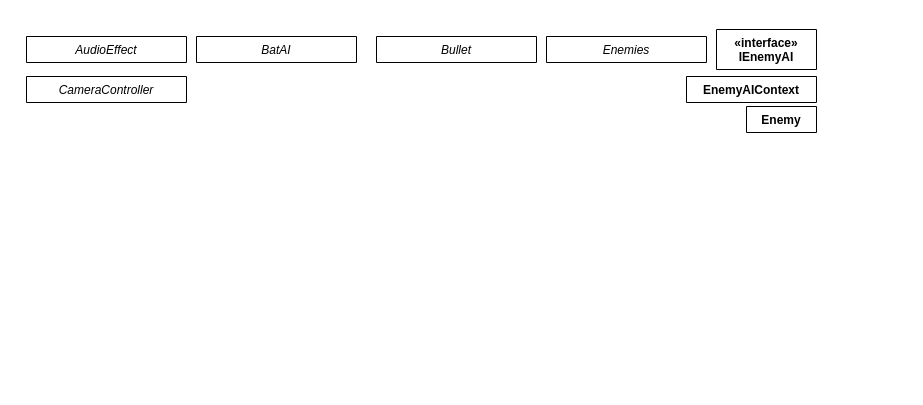
pasha-str27/hunters-rite keeps this draw.io diagram as UMLD/HuntersTestDiagram.drawio. Above is the earlier version. Source tidied: cells renumbered, new cells numbered last; positions are measured from the earlier drawing's top-left corner, leaving out a move shared by most shapes. Both pictures are drawn from the tidied source at 100%, with x=0, y=0 at pixel (26, 29).
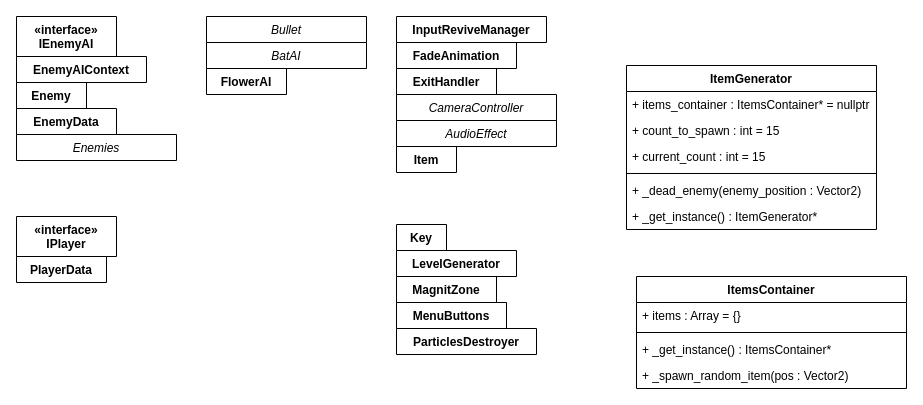
The same page after the edit.

What changed in the source:
```diff
@@
     <mxCell id="2" value="AudioEffect" style="swimlane;fontStyle=2;align=center;verticalAlign=top;horizontal=1;startSize=26;shadow=0;strokeWidth=1;" parent="1" vertex="1" collapsed="1">
-      <mxGeometry y="7" width="160" height="26" as="geometry" />
+      <mxGeometry x="370" y="91" width="160" height="26" as="geometry" />
     </mxCell>
     <mxCell id="3" value="BatAI" style="swimlane;fontStyle=2;align=center;verticalAlign=top;horizontal=1;startSize=26;shadow=0;strokeWidth=1;" parent="1" vertex="1" collapsed="1">
-      <mxGeometry x="170" y="7" width="160" height="26" as="geometry" />
+      <mxGeometry x="180" y="13" width="160" height="26" as="geometry" />
     </mxCell>
     <mxCell id="4" value="Bullet" style="swimlane;fontStyle=2;align=center;verticalAlign=top;horizontal=1;startSize=26;shadow=0;strokeWidth=1;" parent="1" vertex="1" collapsed="1">
-      <mxGeometry x="350" y="7" width="160" height="26" as="geometry" />
+      <mxGeometry x="180" y="-13" width="160" height="26" as="geometry" />
     </mxCell>
     <mxCell id="5" value="CameraController" style="swimlane;fontStyle=2;align=center;verticalAlign=top;horizontal=1;startSize=26;shadow=0;strokeWidth=1;" parent="1" vertex="1" collapsed="1">
-      <mxGeometry y="47" width="160" height="26" as="geometry" />
+      <mxGeometry x="370" y="65" width="160" height="26" as="geometry" />
     </mxCell>
     <mxCell id="6" value="Enemies" style="swimlane;fontStyle=2;align=center;verticalAlign=top;horizontal=1;startSize=26;shadow=0;strokeWidth=1;" parent="1" vertex="1" collapsed="1">
-      <mxGeometry x="520" y="7" width="160" height="26" as="geometry" />
+      <mxGeometry x="-10" y="105" width="160" height="26" as="geometry" />
     </mxCell>
     <mxCell id="7" value="«interface»&#10;IEnemyAI" style="swimlane;fontStyle=1;align=center;verticalAlign=top;horizontal=1;startSize=40;" parent="1" vertex="1" collapsed="1">
-      <mxGeometry x="690" width="100" height="40" as="geometry" />
+      <mxGeometry x="-10" y="-13" width="100" height="40" as="geometry" />
     </mxCell>
     <mxCell id="8" value="EnemyAIContext" style="swimlane;fontStyle=1;align=center;verticalAlign=top;horizontal=1;startSize=26;rounded=0;sketch=0;" parent="1" vertex="1" collapsed="1">
-      <mxGeometry x="660" y="47" width="130" height="26" as="geometry" />
+      <mxGeometry x="-10" y="27" width="130" height="26" as="geometry" />
     </mxCell>
     <mxCell id="9" value="Enemy" style="swimlane;fontStyle=1;align=center;verticalAlign=top;horizontal=1;startSize=26;rounded=0;sketch=0;" parent="1" vertex="1" collapsed="1">
-      <mxGeometry x="720" y="77" width="70" height="26" as="geometry" />
+      <mxGeometry x="-10" y="53" width="70" height="26" as="geometry" />
     </mxCell>
+    <mxCell id="10" value="EnemyData" style="swimlane;fontStyle=1;align=center;verticalAlign=top;horizontal=1;startSize=26;" parent="1" vertex="1" collapsed="1">
+      <mxGeometry x="-10" y="79" width="100" height="26" as="geometry" />
+    </mxCell>
+    <mxCell id="11" value="ExitHandler" style="swimlane;fontStyle=1;align=center;verticalAlign=top;horizontal=1;startSize=26;" parent="1" vertex="1" collapsed="1">
+      <mxGeometry x="370" y="39" width="100" height="26" as="geometry" />
+    </mxCell>
+    <mxCell id="12" value="FadeAnimation" style="swimlane;fontStyle=1;align=center;verticalAlign=top;horizontal=1;startSize=26;" parent="1" vertex="1" collapsed="1">
+      <mxGeometry x="370" y="13" width="120" height="26" as="geometry" />
+    </mxCell>
+    <mxCell id="13" value="FlowerAI" style="swimlane;fontStyle=1;align=center;verticalAlign=top;horizontal=1;startSize=26;" parent="1" vertex="1" collapsed="1">
+      <mxGeometry x="180" y="39" width="80" height="26" as="geometry" />
+    </mxCell>
+    <mxCell id="14" value="InputReviveManager" style="swimlane;fontStyle=1;align=center;verticalAlign=top;horizontal=1;startSize=26;" parent="1" vertex="1" collapsed="1">
+      <mxGeometry x="370" y="-13" width="150" height="26" as="geometry" />
+    </mxCell>
+    <mxCell id="15" value="«interface»&#10;IPlayer" style="swimlane;fontStyle=1;align=center;verticalAlign=top;horizontal=1;startSize=40;" parent="1" vertex="1" collapsed="1">
+      <mxGeometry x="-10" y="187" width="100" height="40" as="geometry" />
+    </mxCell>
+    <mxCell id="16" value="Item" style="swimlane;fontStyle=1;align=center;verticalAlign=top;horizontal=1;startSize=26;" parent="1" vertex="1" collapsed="1">
+      <mxGeometry x="370" y="117" width="60" height="26" as="geometry" />
+    </mxCell>
+    <mxCell id="17" value="ItemsContainer" style="swimlane;fontStyle=1;align=center;verticalAlign=top;horizontal=1;startSize=26;" parent="1" vertex="1">
+      <mxGeometry x="610" y="247" width="270" height="112" as="geometry" />
+    </mxCell>
+    <mxCell id="18" value="+ items : Array = {}" style="text;strokeColor=none;fillColor=none;align=left;verticalAlign=top;spacingLeft=4;spacingRight=4;overflow=hidden;" parent="17" vertex="1">
+      <mxGeometry y="26" width="270" height="26" as="geometry" />
+    </mxCell>
+    <mxCell id="19" style="line;strokeWidth=1;fillColor=none;align=left;verticalAlign=middle;spacingTop=-1;spacingLeft=3;spacingRight=3;labelPosition=right;" parent="17" vertex="1">
+      <mxGeometry y="52" width="270" height="8" as="geometry" />
+    </mxCell>
+    <mxCell id="20" value="+ _get_instance() : ItemsContainer*" style="text;strokeColor=none;fillColor=none;align=left;verticalAlign=top;spacingLeft=4;spacingRight=4;overflow=hidden;" parent="17" vertex="1">
+      <mxGeometry y="60" width="270" height="26" as="geometry" />
+    </mxCell>
+    <mxCell id="21" value="+ _spawn_random_item(pos : Vector2)" style="text;strokeColor=none;fillColor=none;align=left;verticalAlign=top;spacingLeft=4;spacingRight=4;overflow=hidden;" parent="17" vertex="1">
+      <mxGeometry y="86" width="270" height="26" as="geometry" />
+    </mxCell>
+    <mxCell id="22" value="ItemGenerator" style="swimlane;fontStyle=1;align=center;verticalAlign=top;horizontal=1;startSize=26;" parent="1" vertex="1">
+      <mxGeometry x="600" y="36" width="250" height="164" as="geometry" />
+    </mxCell>
+    <mxCell id="23" value="+ items_container : ItemsContainer* = nullptr" style="text;strokeColor=none;fillColor=none;align=left;verticalAlign=top;spacingLeft=4;spacingRight=4;overflow=hidden;" parent="22" vertex="1">
+      <mxGeometry y="26" width="250" height="26" as="geometry" />
+    </mxCell>
+    <mxCell id="24" value="+ count_to_spawn : int = 15" style="text;strokeColor=none;fillColor=none;align=left;verticalAlign=top;spacingLeft=4;spacingRight=4;overflow=hidden;" parent="22" vertex="1">
+      <mxGeometry y="52" width="250" height="26" as="geometry" />
+    </mxCell>
+    <mxCell id="25" value="+ current_count : int = 15" style="text;strokeColor=none;fillColor=none;align=left;verticalAlign=top;spacingLeft=4;spacingRight=4;overflow=hidden;" parent="22" vertex="1">
+      <mxGeometry y="78" width="250" height="26" as="geometry" />
+    </mxCell>
+    <mxCell id="26" style="line;strokeWidth=1;fillColor=none;align=left;verticalAlign=middle;spacingTop=-1;spacingLeft=3;spacingRight=3;labelPosition=right;" parent="22" vertex="1">
+      <mxGeometry y="104" width="250" height="8" as="geometry" />
+    </mxCell>
+    <mxCell id="27" value="+ _dead_enemy(enemy_position : Vector2)" style="text;strokeColor=none;fillColor=none;align=left;verticalAlign=top;spacingLeft=4;spacingRight=4;overflow=hidden;" parent="22" vertex="1">
+      <mxGeometry y="112" width="250" height="26" as="geometry" />
+    </mxCell>
+    <mxCell id="28" value="+ _get_instance() : ItemGenerator*" style="text;strokeColor=none;fillColor=none;align=left;verticalAlign=top;spacingLeft=4;spacingRight=4;overflow=hidden;" parent="22" vertex="1">
+      <mxGeometry y="138" width="250" height="26" as="geometry" />
+    </mxCell>
+    <mxCell id="29" value="Key" style="swimlane;fontStyle=1;align=center;verticalAlign=top;horizontal=1;startSize=26;" parent="1" vertex="1" collapsed="1">
+      <mxGeometry x="370" y="195" width="50" height="26" as="geometry" />
+    </mxCell>
+    <mxCell id="30" value="LevelGenerator" style="swimlane;fontStyle=1;align=center;verticalAlign=top;horizontal=1;startSize=26;" parent="1" vertex="1" collapsed="1">
+      <mxGeometry x="370" y="221" width="120" height="26" as="geometry" />
+    </mxCell>
+    <mxCell id="31" value="MagnitZone" style="swimlane;fontStyle=1;align=center;verticalAlign=top;horizontal=1;startSize=26;" parent="1" vertex="1" collapsed="1">
+      <mxGeometry x="370" y="247" width="100" height="26" as="geometry" />
+    </mxCell>
+    <mxCell id="32" value="MenuButtons" style="swimlane;fontStyle=1;align=center;verticalAlign=top;horizontal=1;startSize=26;" parent="1" vertex="1" collapsed="1">
+      <mxGeometry x="370" y="273" width="110" height="26" as="geometry" />
+    </mxCell>
+    <mxCell id="33" value="ParticlesDestroyer" style="swimlane;fontStyle=1;align=center;verticalAlign=top;horizontal=1;startSize=26;" parent="1" vertex="1" collapsed="1">
+      <mxGeometry x="370" y="299" width="140" height="26" as="geometry" />
+    </mxCell>
+    <mxCell id="34" value="PlayerData" style="swimlane;fontStyle=1;align=center;verticalAlign=top;horizontal=1;startSize=26;" parent="1" vertex="1" collapsed="1">
+      <mxGeometry x="-10" y="227" width="90" height="26" as="geometry" />
+    </mxCell>
```
